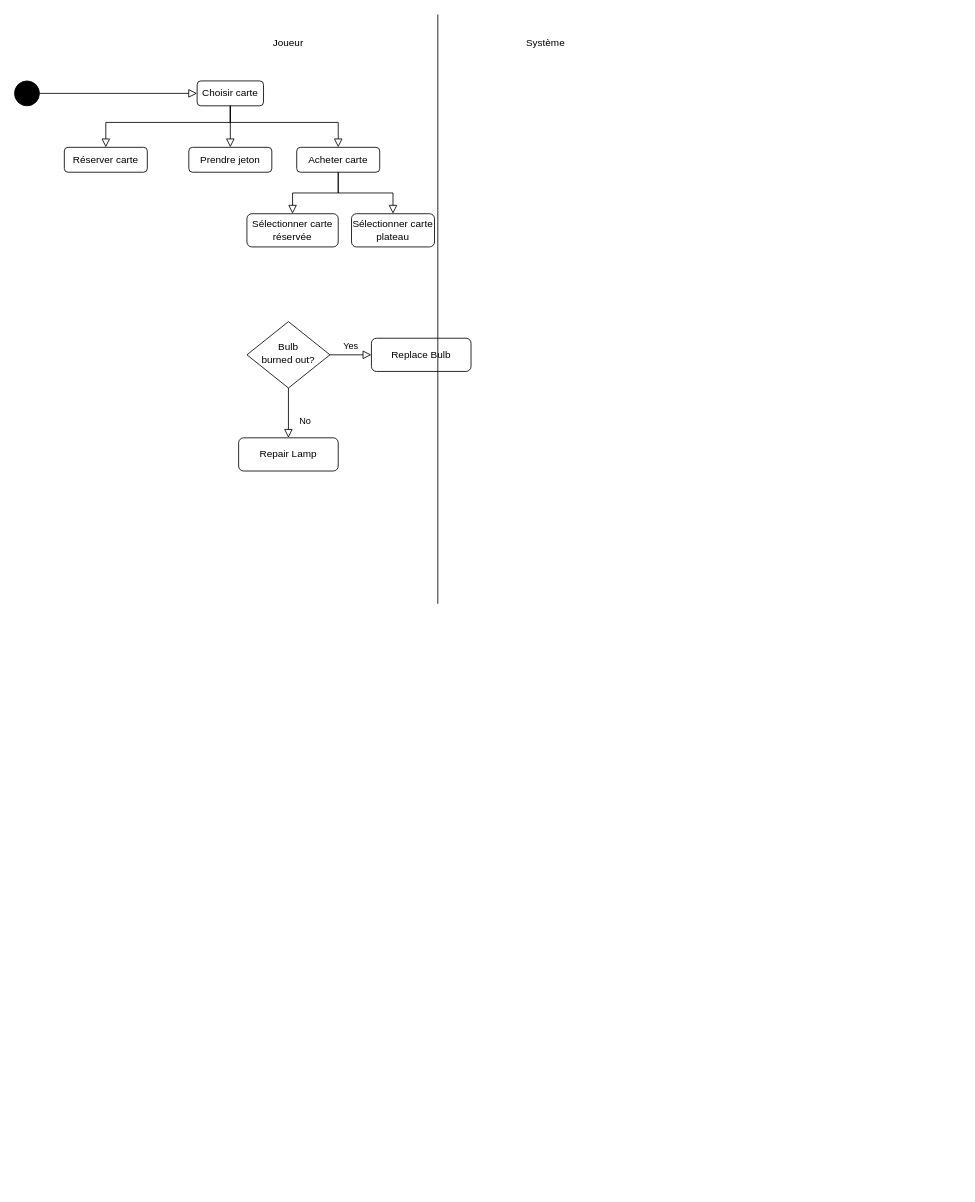
Before: Diagrammes/diagramme activité jouer partie.drawio in Igniiis/projet_splendor, a draw.io diagram. Source tidied: cells renumbered, new cells numbered last; positions are measured from the earlier drawing's top-left corner, leaving out a move shared by most shapes. Both pictures are drawn from the tidied source at 83%, with x=0, y=0 at pixel (14, 14).
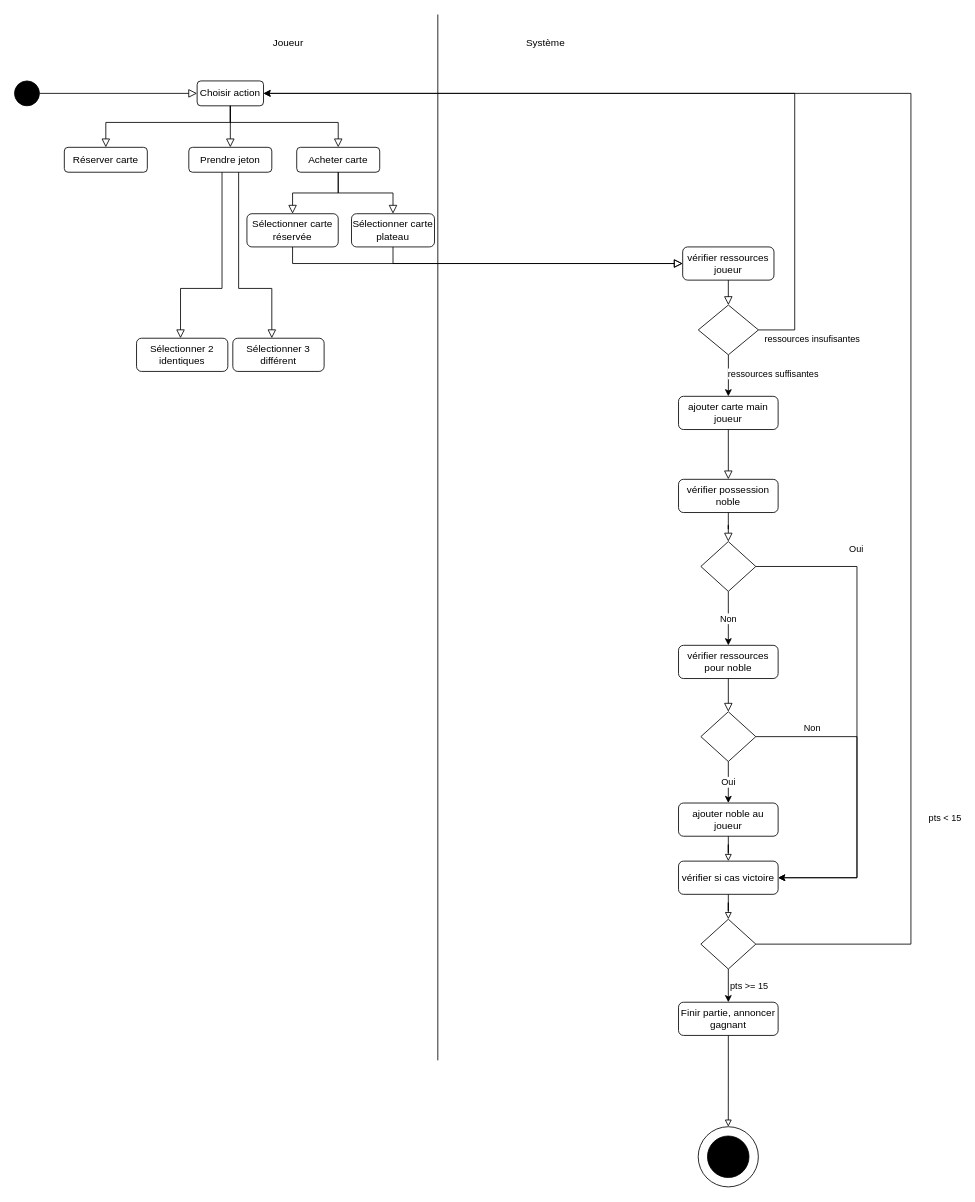
The same page after the edit.

Commit message (it also covers changes not shown here):
Mettre à jour diagramme activité jouer partie.drawio

The change refers to these unchanged cells:
```xml
<mxCell id="15" value="Prendre jeton" style="rounded=1;whiteSpace=wrap;html=1;fontSize=12;glass=0;strokeWidth=1;shadow=0;" parent="1" vertex="1">
  <mxGeometry x="210" y="160" width="100" height="30" as="geometry" />
</mxCell>
<mxCell id="19" value="Sélectionner carte plateau" style="rounded=1;whiteSpace=wrap;html=1;fontSize=12;glass=0;strokeWidth=1;shadow=0;" parent="1" vertex="1">
  <mxGeometry x="406" y="240" width="100" height="40" as="geometry" />
</mxCell>
<mxCell id="21" value="Sélectionner carte réservée" style="rounded=1;whiteSpace=wrap;html=1;fontSize=12;glass=0;strokeWidth=1;shadow=0;" parent="1" vertex="1">
  <mxGeometry x="280" y="240" width="110" height="40" as="geometry" />
</mxCell>
```

The edit, as a diff of the source:
```diff
@@
-    <mxCell id="3" value="Choisir carte" style="rounded=1;whiteSpace=wrap;html=1;fontSize=12;glass=0;strokeWidth=1;shadow=0;" parent="1" vertex="1">
+    <mxCell id="3" value="Choisir action" style="rounded=1;whiteSpace=wrap;html=1;fontSize=12;glass=0;strokeWidth=1;shadow=0;" parent="1" vertex="1">
       <mxGeometry x="220" y="80" width="80" height="30" as="geometry" />
     </mxCell>
@@
-    <mxCell id="5" value="No" style="rounded=0;html=1;jettySize=auto;fontSize=11;endArrow=block;endFill=0;endSize=8;strokeWidth=1;shadow=0;labelBackgroundColor=none;edgeStyle=orthogonalEdgeStyle;" parent="1" edge="1" source="7" target="8">
-      <mxGeometry x="0.33" y="20" relative="1" as="geometry" />
-    </mxCell>
-    <mxCell id="6" value="Yes" style="edgeStyle=orthogonalEdgeStyle;rounded=0;html=1;jettySize=auto;fontSize=11;endArrow=block;endFill=0;endSize=8;strokeWidth=1;shadow=0;labelBackgroundColor=none;" parent="1" edge="1" source="7" target="9">
-      <mxGeometry y="10" relative="1" as="geometry" />
-    </mxCell>
-    <mxCell id="7" value="Bulb&lt;br&gt;burned out?" style="rhombus;whiteSpace=wrap;html=1;shadow=0;fontFamily=Helvetica;fontSize=12;align=center;strokeWidth=1;spacing=6;spacingTop=-4;" parent="1" vertex="1">
-      <mxGeometry x="280" y="370" width="100" height="80" as="geometry" />
-    </mxCell>
-    <mxCell id="8" value="Repair Lamp" style="rounded=1;whiteSpace=wrap;html=1;fontSize=12;glass=0;strokeWidth=1;shadow=0;" parent="1" vertex="1">
-      <mxGeometry x="270" y="510" width="120" height="40" as="geometry" />
-    </mxCell>
-    <mxCell id="9" value="Replace Bulb" style="rounded=1;whiteSpace=wrap;html=1;fontSize=12;glass=0;strokeWidth=1;shadow=0;" parent="1" vertex="1">
-      <mxGeometry x="430" y="390" width="120" height="40" as="geometry" />
-    </mxCell>
@@
     <mxCell id="14" style="endArrow=none;html=1;rounded=0;" parent="1" edge="1">
       <mxGeometry relative="1" as="geometry">
-        <mxPoint x="510" y="710" as="sourcePoint" />
+        <mxPoint x="510" y="1260" as="sourcePoint" />
         <mxPoint x="510" as="targetPoint" />
       </mxGeometry>
     </mxCell>
@@
+    <mxCell id="23" value="vérifier ressources joueur" style="rounded=1;whiteSpace=wrap;html=1;fontSize=12;glass=0;strokeWidth=1;shadow=0;" parent="1" vertex="1">
+      <mxGeometry x="805" y="280" width="110" height="40" as="geometry" />
+    </mxCell>
+    <mxCell id="24" style="rounded=0;html=1;jettySize=auto;fontSize=11;endArrow=block;endFill=0;endSize=8;strokeWidth=1;shadow=0;labelBackgroundColor=none;edgeStyle=orthogonalEdgeStyle;" parent="1" edge="1" source="21" target="23">
+      <mxGeometry y="20" relative="1" as="geometry">
+        <Array as="points">
+          <mxPoint x="335" y="300" />
+        </Array>
+      </mxGeometry>
+    </mxCell>
+    <mxCell id="25" style="rounded=0;html=1;jettySize=auto;fontSize=11;endArrow=block;endFill=0;endSize=8;strokeWidth=1;shadow=0;labelBackgroundColor=none;edgeStyle=orthogonalEdgeStyle;" parent="1" edge="1" source="19" target="23">
+      <mxGeometry y="20" relative="1" as="geometry">
+        <Array as="points">
+          <mxPoint x="456" y="300" />
+        </Array>
+      </mxGeometry>
+    </mxCell>
+    <mxCell id="26" style="edgeStyle=orthogonalEdgeStyle;rounded=0;jettySize=auto;html=1;exitX=1;exitY=0.5;exitDx=0;exitDy=0;" parent="1" edge="1" source="29" target="3">
+      <mxGeometry relative="1" as="geometry">
+        <Array as="points">
+          <mxPoint x="940" y="380" />
+          <mxPoint x="940" y="95" />
+        </Array>
+      </mxGeometry>
+    </mxCell>
+    <mxCell id="27" value="ressources insufisantes" style="edgeLabel;html=1;align=center;verticalAlign=middle;" parent="26" vertex="1">
+      <mxGeometry x="-0.94" y="3" relative="1" as="geometry">
+        <mxPoint x="35" y="13" as="offset" />
+      </mxGeometry>
+    </mxCell>
+    <mxCell id="28" value="ressources suffisantes" style="edgeStyle=orthogonalEdgeStyle;rounded=0;jettySize=auto;html=1;exitX=0.5;exitY=1;exitDx=0;exitDy=0;" parent="1" edge="1" source="29" target="31">
+      <mxGeometry x="0.01" y="54" relative="1" as="geometry">
+        <mxPoint y="-2" as="offset" />
+      </mxGeometry>
+    </mxCell>
+    <mxCell id="29" style="rhombus;whiteSpace=wrap;html=1;shadow=0;fontFamily=Helvetica;fontSize=12;align=center;strokeWidth=1;spacing=6;spacingTop=-4;" parent="1" vertex="1">
+      <mxGeometry x="823.8" y="350" width="72.5" height="60" as="geometry" />
+    </mxCell>
+    <mxCell id="30" style="edgeStyle=orthogonalEdgeStyle;rounded=0;html=1;jettySize=auto;fontSize=11;endArrow=block;endFill=0;endSize=8;strokeWidth=1;shadow=0;labelBackgroundColor=none;" parent="1" edge="1" source="23" target="29">
+      <mxGeometry y="10" relative="1" as="geometry" />
+    </mxCell>
+    <mxCell id="31" value="ajouter carte main joueur" style="rounded=1;whiteSpace=wrap;html=1;fontSize=12;glass=0;strokeWidth=1;shadow=0;" parent="1" vertex="1">
+      <mxGeometry x="800" y="460" width="120" height="40" as="geometry" />
+    </mxCell>
+    <mxCell id="32" style="rounded=0;html=1;jettySize=auto;fontSize=11;endArrow=block;endFill=0;endSize=8;strokeWidth=1;shadow=0;labelBackgroundColor=none;edgeStyle=orthogonalEdgeStyle;" parent="1" edge="1" source="31" target="33">
+      <mxGeometry x="0.33" y="20" relative="1" as="geometry" />
+    </mxCell>
+    <mxCell id="33" value="vérifier possession noble" style="rounded=1;whiteSpace=wrap;html=1;fontSize=12;glass=0;strokeWidth=1;shadow=0;" parent="1" vertex="1">
+      <mxGeometry x="800" y="560" width="120" height="40" as="geometry" />
+    </mxCell>
+    <mxCell id="34" value="Oui" style="edgeStyle=orthogonalEdgeStyle;rounded=0;jettySize=auto;html=1;exitX=1;exitY=0.5;exitDx=0;exitDy=0;" parent="1" edge="1" source="36" target="45">
+      <mxGeometry x="-0.59" y="20" relative="1" as="geometry">
+        <Array as="points">
+          <mxPoint x="1015" y="665" />
+          <mxPoint x="1015" y="1040" />
+        </Array>
+        <mxPoint y="-1" as="offset" />
+      </mxGeometry>
+    </mxCell>
+    <mxCell id="35" value="Non" style="edgeStyle=orthogonalEdgeStyle;rounded=0;jettySize=auto;html=1;exitX=0.5;exitY=1;exitDx=0;exitDy=0;" parent="1" edge="1" source="36" target="38">
+      <mxGeometry relative="1" as="geometry" />
+    </mxCell>
+    <mxCell id="36" style="rhombus;whiteSpace=wrap;html=1;shadow=0;fontFamily=Helvetica;fontSize=12;align=center;strokeWidth=1;spacing=6;spacingTop=-4;" parent="1" vertex="1">
+      <mxGeometry x="826.9" y="635" width="66.2" height="60" as="geometry" />
+    </mxCell>
+    <mxCell id="37" style="rounded=0;html=1;jettySize=auto;fontSize=11;endArrow=block;endFill=0;endSize=8;strokeWidth=1;shadow=0;labelBackgroundColor=none;edgeStyle=orthogonalEdgeStyle;" parent="1" edge="1" source="33" target="36">
+      <mxGeometry x="0.33" y="20" relative="1" as="geometry" />
+    </mxCell>
+    <mxCell id="38" value="vérifier ressources pour noble" style="rounded=1;whiteSpace=wrap;html=1;fontSize=12;glass=0;strokeWidth=1;shadow=0;" parent="1" vertex="1">
+      <mxGeometry x="800" y="760" width="120" height="40" as="geometry" />
+    </mxCell>
+    <mxCell id="39" value="Oui" style="edgeStyle=orthogonalEdgeStyle;rounded=0;jettySize=auto;html=1;exitX=0.5;exitY=1;exitDx=0;exitDy=0;" parent="1" edge="1" source="41" target="43">
+      <mxGeometry relative="1" as="geometry" />
+    </mxCell>
+    <mxCell id="40" value="Non" style="edgeStyle=orthogonalEdgeStyle;rounded=0;jettySize=auto;html=1;exitX=1;exitY=0.5;exitDx=0;exitDy=0;" parent="1" edge="1" source="41" target="45">
+      <mxGeometry x="-0.65" y="10" relative="1" as="geometry">
+        <Array as="points">
+          <mxPoint x="1015" y="870" />
+          <mxPoint x="1015" y="1040" />
+        </Array>
+      </mxGeometry>
+    </mxCell>
+    <mxCell id="41" style="rhombus;whiteSpace=wrap;html=1;shadow=0;fontFamily=Helvetica;fontSize=12;align=center;strokeWidth=1;spacing=6;spacingTop=-4;" parent="1" vertex="1">
+      <mxGeometry x="826.9" y="840" width="66.2" height="60" as="geometry" />
+    </mxCell>
+    <mxCell id="42" style="rounded=0;html=1;jettySize=auto;fontSize=11;endArrow=block;endFill=0;endSize=8;strokeWidth=1;shadow=0;labelBackgroundColor=none;edgeStyle=orthogonalEdgeStyle;" parent="1" edge="1" source="38" target="41">
+      <mxGeometry x="0.33" y="20" relative="1" as="geometry" />
+    </mxCell>
+    <mxCell id="43" value="ajouter noble au joueur" style="rounded=1;whiteSpace=wrap;html=1;fontSize=12;glass=0;strokeWidth=1;shadow=0;" parent="1" vertex="1">
+      <mxGeometry x="800" y="950" width="120" height="40" as="geometry" />
+    </mxCell>
+    <mxCell id="44" style="edgeStyle=orthogonalEdgeStyle;rounded=0;jettySize=auto;html=1;endArrow=block;endFill=0;" parent="1" edge="1" source="43" target="45">
+      <mxGeometry relative="1" as="geometry" />
+    </mxCell>
+    <mxCell id="45" value="vérifier si cas victoire" style="rounded=1;whiteSpace=wrap;html=1;fontSize=12;glass=0;strokeWidth=1;shadow=0;" parent="1" vertex="1">
+      <mxGeometry x="800" y="1020" width="120" height="40" as="geometry" />
+    </mxCell>
+    <mxCell id="46" style="edgeStyle=orthogonalEdgeStyle;rounded=0;jettySize=auto;html=1;exitX=1;exitY=0.5;exitDx=0;exitDy=0;" parent="1" edge="1" source="49" target="3">
+      <mxGeometry relative="1" as="geometry">
+        <Array as="points">
+          <mxPoint x="1080" y="1120" />
+          <mxPoint x="1080" y="95" />
+        </Array>
+      </mxGeometry>
+    </mxCell>
+    <mxCell id="47" value="pts &amp;lt; 15" style="edgeLabel;html=1;align=center;verticalAlign=middle;" parent="46" vertex="1">
+      <mxGeometry x="-0.23" y="-2" relative="1" as="geometry">
+        <mxPoint x="38" y="428" as="offset" />
+      </mxGeometry>
+    </mxCell>
+    <mxCell id="48" value="pts &amp;gt;= 15" style="edgeStyle=orthogonalEdgeStyle;rounded=0;jettySize=auto;html=1;exitX=0.5;exitY=1;exitDx=0;exitDy=0;" parent="1" edge="1" source="49" target="51">
+      <mxGeometry y="25" relative="1" as="geometry" />
+    </mxCell>
+    <mxCell id="49" style="rhombus;whiteSpace=wrap;html=1;shadow=0;fontFamily=Helvetica;fontSize=12;align=center;strokeWidth=1;spacing=6;spacingTop=-4;" parent="1" vertex="1">
+      <mxGeometry x="826.9" y="1090" width="66.2" height="60" as="geometry" />
+    </mxCell>
+    <mxCell id="50" style="edgeStyle=orthogonalEdgeStyle;rounded=0;jettySize=auto;html=1;endArrow=block;endFill=0;" parent="1" edge="1" source="45" target="49">
+      <mxGeometry relative="1" as="geometry" />
+    </mxCell>
+    <mxCell id="51" value="Finir partie, annoncer gagnant" style="rounded=1;whiteSpace=wrap;html=1;fontSize=12;glass=0;strokeWidth=1;shadow=0;" parent="1" vertex="1">
+      <mxGeometry x="800" y="1190" width="120" height="40" as="geometry" />
+    </mxCell>
+    <mxCell id="52" style="group;" parent="1" vertex="1">
+      <mxGeometry x="823.7" y="1340" width="72.5" height="72.5" as="geometry" />
+    </mxCell>
+    <mxCell id="53" style="ellipse;whiteSpace=wrap;html=1;fillColor=#000000;" parent="52" vertex="1">
+      <mxGeometry x="11.2" y="11.2" width="50" height="50" as="geometry" />
+    </mxCell>
+    <mxCell id="54" style="ellipse;whiteSpace=wrap;html=1;fillColor=none;" parent="52" vertex="1">
+      <mxGeometry width="72.5" height="72.5" as="geometry" />
+    </mxCell>
+    <mxCell id="55" style="edgeStyle=orthogonalEdgeStyle;rounded=0;jettySize=auto;html=1;endArrow=block;endFill=0;" parent="1" edge="1" source="51" target="54">
+      <mxGeometry relative="1" as="geometry" />
+    </mxCell>
+    <mxCell id="56" style="rounded=0;html=1;jettySize=auto;fontSize=11;endArrow=block;endFill=0;endSize=8;strokeWidth=1;shadow=0;labelBackgroundColor=none;edgeStyle=orthogonalEdgeStyle;" parent="1" edge="1" source="15" target="57">
+      <mxGeometry y="20" relative="1" as="geometry">
+        <Array as="points">
+          <mxPoint x="250" y="330" />
+          <mxPoint x="200" y="330" />
+        </Array>
+      </mxGeometry>
+    </mxCell>
+    <mxCell id="57" value="Sélectionner 2 identiques" style="rounded=1;whiteSpace=wrap;html=1;fontSize=12;glass=0;strokeWidth=1;shadow=0;" parent="1" vertex="1">
+      <mxGeometry x="147" y="390" width="110" height="40" as="geometry" />
+    </mxCell>
+    <mxCell id="58" value="Sélectionner 3 différent" style="rounded=1;whiteSpace=wrap;html=1;fontSize=12;glass=0;strokeWidth=1;shadow=0;" parent="1" vertex="1">
+      <mxGeometry x="263" y="390" width="110" height="40" as="geometry" />
+    </mxCell>
+    <mxCell id="59" style="rounded=0;html=1;jettySize=auto;fontSize=11;endArrow=block;endFill=0;endSize=8;strokeWidth=1;shadow=0;labelBackgroundColor=none;edgeStyle=orthogonalEdgeStyle;" parent="1" edge="1" source="15" target="58">
+      <mxGeometry y="20" relative="1" as="geometry">
+        <Array as="points">
+          <mxPoint x="270" y="330" />
+          <mxPoint x="310" y="330" />
+        </Array>
+      </mxGeometry>
+    </mxCell>
```
